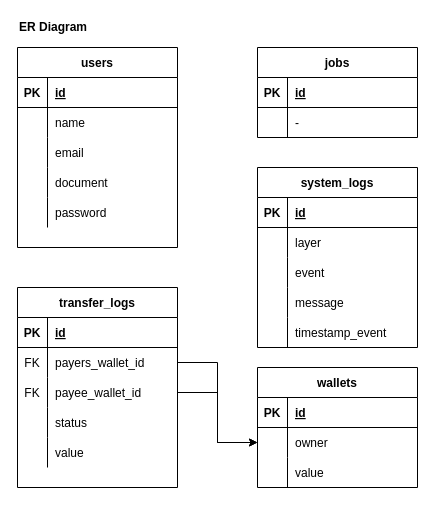
Before: page "ER Diagram" (4 of 4) of docs/diagrams.drawio in igorfelcam/papibaquigrafo, a draw.io diagram. Source tidied: cells renumbered, new cells numbered last; positions are measured from the earlier drawing's top-left corner, leaving out a move shared by most shapes. Both pictures are drawn from the tidied source at 100%, with x=0, y=0 at pixel (17, 17).
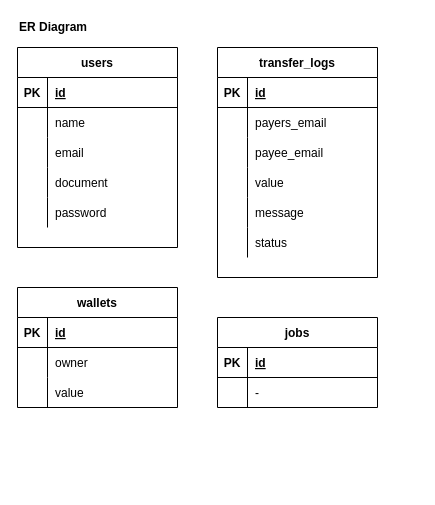
Above is the later version.

Unchanged cells that the change refers to:
```xml
<mxCell id="30" style="shape=partialRectangle;fillColor=none;top=0;left=0;bottom=0;right=0;points=[[0,0.5],[1,0.5]];portConstraint=eastwest;" parent="26" vertex="1">
  <mxGeometry y="60" width="160" height="30" as="geometry" />
</mxCell>
<mxCell id="56" style="shape=partialRectangle;fillColor=none;top=0;left=0;bottom=0;right=0;points=[[0,0.5],[1,0.5]];portConstraint=eastwest;" parent="52" vertex="1">
  <mxGeometry y="60" width="160" height="30" as="geometry" />
</mxCell>
<mxCell id="59" style="shape=partialRectangle;fillColor=none;top=0;left=0;bottom=0;right=0;points=[[0,0.5],[1,0.5]];portConstraint=eastwest;" parent="52" vertex="1">
  <mxGeometry y="90" width="160" height="30" as="geometry" />
</mxCell>
```

The edit, as a diff of the source:
```diff
@@
-    <mxCell id="19" value="jobs" style="shape=table;startSize=30;childLayout=tableLayout;rowLines=0;fontStyle=1;align=center;" parent="1" vertex="1">
-      <mxGeometry x="240" y="30" width="160" height="90" as="geometry" />
-    </mxCell>
-    <mxCell id="20" style="shape=partialRectangle;fillColor=none;top=0;left=0;bottom=1;right=0;" parent="19" vertex="1">
-      <mxGeometry y="30" width="160" height="30" as="geometry" />
-    </mxCell>
-    <mxCell id="21" value="PK" style="shape=partialRectangle;fillColor=none;top=0;left=0;bottom=0;right=0;fontStyle=1;overflow=hidden;" parent="20" vertex="1">
-      <mxGeometry width="30" height="30" as="geometry" />
-    </mxCell>
-    <mxCell id="22" value="id" style="shape=partialRectangle;fillColor=none;top=0;left=0;bottom=0;right=0;align=left;spacingLeft=6;fontStyle=5;overflow=hidden;" parent="20" vertex="1">
-      <mxGeometry x="30" width="130" height="30" as="geometry" />
-    </mxCell>
-    <mxCell id="23" style="shape=partialRectangle;fillColor=none;top=0;left=0;bottom=0;right=0;" parent="19" vertex="1">
-      <mxGeometry y="60" width="160" height="30" as="geometry" />
-    </mxCell>
-    <mxCell id="24" style="shape=partialRectangle;fillColor=none;top=0;left=0;bottom=0;right=0;overflow=hidden;" parent="23" vertex="1">
-      <mxGeometry width="30" height="30" as="geometry" />
-    </mxCell>
-    <mxCell id="25" value="-" style="shape=partialRectangle;fillColor=none;top=0;left=0;bottom=0;right=0;align=left;spacingLeft=6;overflow=hidden;" parent="23" vertex="1">
-      <mxGeometry x="30" width="130" height="30" as="geometry" />
-    </mxCell>
     <mxCell id="26" value="wallets" style="shape=table;startSize=30;childLayout=tableLayout;rowLines=0;fontStyle=1;align=center;" parent="1" vertex="1">
-      <mxGeometry x="240" y="350" width="160" height="120" as="geometry" />
+      <mxGeometry y="270" width="160" height="120" as="geometry" />
     </mxCell>
@@
-    <mxCell id="36" value="system_logs" style="shape=table;startSize=30;childLayout=tableLayout;rowLines=0;fontStyle=1;align=center;" parent="1" vertex="1">
-      <mxGeometry x="240" y="150" width="160" height="180" as="geometry" />
-    </mxCell>
-    <mxCell id="37" style="shape=partialRectangle;fillColor=none;top=0;left=0;bottom=1;right=0;" parent="36" vertex="1">
-      <mxGeometry y="30" width="160" height="30" as="geometry" />
-    </mxCell>
-    <mxCell id="38" value="PK" style="shape=partialRectangle;fillColor=none;top=0;left=0;bottom=0;right=0;fontStyle=1;overflow=hidden;" parent="37" vertex="1">
-      <mxGeometry width="30" height="30" as="geometry" />
-    </mxCell>
-    <mxCell id="39" value="id" style="shape=partialRectangle;fillColor=none;top=0;left=0;bottom=0;right=0;align=left;spacingLeft=6;fontStyle=5;overflow=hidden;" parent="37" vertex="1">
-      <mxGeometry x="30" width="130" height="30" as="geometry" />
-    </mxCell>
-    <mxCell id="40" style="shape=partialRectangle;fillColor=none;top=0;left=0;bottom=0;right=0;" parent="36" vertex="1">
-      <mxGeometry y="60" width="160" height="30" as="geometry" />
-    </mxCell>
-    <mxCell id="41" style="shape=partialRectangle;fillColor=none;top=0;left=0;bottom=0;right=0;overflow=hidden;" parent="40" vertex="1">
-      <mxGeometry width="30" height="30" as="geometry" />
-    </mxCell>
-    <mxCell id="42" value="layer" style="shape=partialRectangle;fillColor=none;top=0;left=0;bottom=0;right=0;align=left;spacingLeft=6;overflow=hidden;" parent="40" vertex="1">
-      <mxGeometry x="30" width="130" height="30" as="geometry" />
-    </mxCell>
-    <mxCell id="43" style="shape=partialRectangle;fillColor=none;top=0;left=0;bottom=0;right=0;" parent="36" vertex="1">
-      <mxGeometry y="90" width="160" height="30" as="geometry" />
-    </mxCell>
-    <mxCell id="44" style="shape=partialRectangle;fillColor=none;top=0;left=0;bottom=0;right=0;overflow=hidden;" parent="43" vertex="1">
-      <mxGeometry width="30" height="30" as="geometry" />
-    </mxCell>
-    <mxCell id="45" value="event" style="shape=partialRectangle;fillColor=none;top=0;left=0;bottom=0;right=0;align=left;spacingLeft=6;overflow=hidden;" parent="43" vertex="1">
-      <mxGeometry x="30" width="130" height="30" as="geometry" />
-    </mxCell>
-    <mxCell id="46" style="shape=partialRectangle;fillColor=none;top=0;left=0;bottom=0;right=0;" parent="36" vertex="1">
-      <mxGeometry y="120" width="160" height="30" as="geometry" />
-    </mxCell>
-    <mxCell id="47" style="shape=partialRectangle;fillColor=none;top=0;left=0;bottom=0;right=0;overflow=hidden;" parent="46" vertex="1">
-      <mxGeometry width="30" height="30" as="geometry" />
-    </mxCell>
-    <mxCell id="48" value="message" style="shape=partialRectangle;fillColor=none;top=0;left=0;bottom=0;right=0;align=left;spacingLeft=6;overflow=hidden;" parent="46" vertex="1">
-      <mxGeometry x="30" width="130" height="30" as="geometry" />
-    </mxCell>
-    <mxCell id="49" style="shape=partialRectangle;fillColor=none;top=0;left=0;bottom=0;right=0;" parent="36" vertex="1">
-      <mxGeometry y="150" width="160" height="30" as="geometry" />
-    </mxCell>
-    <mxCell id="50" style="shape=partialRectangle;fillColor=none;top=0;left=0;bottom=0;right=0;overflow=hidden;" parent="49" vertex="1">
-      <mxGeometry width="30" height="30" as="geometry" />
-    </mxCell>
-    <mxCell id="51" value="timestamp_event" style="shape=partialRectangle;fillColor=none;top=0;left=0;bottom=0;right=0;align=left;spacingLeft=6;overflow=hidden;" parent="49" vertex="1">
-      <mxGeometry x="30" width="130" height="30" as="geometry" />
-    </mxCell>
     <mxCell id="52" value="transfer_logs" style="shape=table;startSize=30;childLayout=tableLayout;rowLines=0;fontStyle=1;align=center;" parent="1" vertex="1">
-      <mxGeometry y="270" width="160" height="200" as="geometry" />
+      <mxGeometry x="200" y="30" width="160" height="230" as="geometry" />
     </mxCell>
@@
-    <mxCell id="57" value="FK" style="shape=partialRectangle;fillColor=none;top=0;left=0;bottom=0;right=0;fontStyle=0;overflow=hidden;" parent="56" vertex="1">
+    <mxCell id="57" style="shape=partialRectangle;fillColor=none;top=0;left=0;bottom=0;right=0;fontStyle=0;overflow=hidden;" parent="56" vertex="1">
       <mxGeometry width="30" height="30" as="geometry" />
     </mxCell>
-    <mxCell id="58" value="payers_wallet_id" style="shape=partialRectangle;fillColor=none;top=0;left=0;bottom=0;right=0;align=left;spacingLeft=6;fontStyle=0;overflow=hidden;" parent="56" vertex="1">
+    <mxCell id="58" value="payers_email" style="shape=partialRectangle;fillColor=none;top=0;left=0;bottom=0;right=0;align=left;spacingLeft=6;fontStyle=0;overflow=hidden;" parent="56" vertex="1">
       <mxGeometry x="30" width="130" height="30" as="geometry" />
     </mxCell>
@@
-    <mxCell id="60" value="FK" style="shape=partialRectangle;fillColor=none;top=0;left=0;bottom=0;right=0;fontStyle=0;overflow=hidden;" parent="59" vertex="1">
+    <mxCell id="60" style="shape=partialRectangle;fillColor=none;top=0;left=0;bottom=0;right=0;fontStyle=0;overflow=hidden;" parent="59" vertex="1">
       <mxGeometry width="30" height="30" as="geometry" />
     </mxCell>
-    <mxCell id="61" value="payee_wallet_id" style="shape=partialRectangle;fillColor=none;top=0;left=0;bottom=0;right=0;align=left;spacingLeft=6;fontStyle=0;overflow=hidden;" parent="59" vertex="1">
+    <mxCell id="61" value="payee_email" style="shape=partialRectangle;fillColor=none;top=0;left=0;bottom=0;right=0;align=left;spacingLeft=6;fontStyle=0;overflow=hidden;" parent="59" vertex="1">
       <mxGeometry x="30" width="130" height="30" as="geometry" />
     </mxCell>
+    <mxCell id="65" style="shape=partialRectangle;fillColor=none;top=0;left=0;bottom=0;right=0;" parent="52" vertex="1">
+      <mxGeometry y="120" width="160" height="30" as="geometry" />
+    </mxCell>
+    <mxCell id="66" style="shape=partialRectangle;fillColor=none;top=0;left=0;bottom=0;right=0;overflow=hidden;" parent="65" vertex="1">
+      <mxGeometry width="30" height="30" as="geometry" />
+    </mxCell>
+    <mxCell id="67" value="value" style="shape=partialRectangle;fillColor=none;top=0;left=0;bottom=0;right=0;align=left;spacingLeft=6;overflow=hidden;" parent="65" vertex="1">
+      <mxGeometry x="30" width="130" height="30" as="geometry" />
+    </mxCell>
     <mxCell id="62" style="shape=partialRectangle;fillColor=none;top=0;left=0;bottom=0;right=0;" parent="52" vertex="1">
-      <mxGeometry y="120" width="160" height="30" as="geometry" />
+      <mxGeometry y="150" width="160" height="30" as="geometry" />
     </mxCell>
@@
-    <mxCell id="64" value="status" style="shape=partialRectangle;fillColor=none;top=0;left=0;bottom=0;right=0;align=left;spacingLeft=6;overflow=hidden;" parent="62" vertex="1">
+    <mxCell id="64" value="message" style="shape=partialRectangle;fillColor=none;top=0;left=0;bottom=0;right=0;align=left;spacingLeft=6;overflow=hidden;" parent="62" vertex="1">
       <mxGeometry x="30" width="130" height="30" as="geometry" />
     </mxCell>
-    <mxCell id="65" style="shape=partialRectangle;fillColor=none;top=0;left=0;bottom=0;right=0;" parent="52" vertex="1">
-      <mxGeometry y="150" width="160" height="30" as="geometry" />
-    </mxCell>
-    <mxCell id="66" style="shape=partialRectangle;fillColor=none;top=0;left=0;bottom=0;right=0;overflow=hidden;" parent="65" vertex="1">
-      <mxGeometry width="30" height="30" as="geometry" />
-    </mxCell>
-    <mxCell id="67" value="value" style="shape=partialRectangle;fillColor=none;top=0;left=0;bottom=0;right=0;align=left;spacingLeft=6;overflow=hidden;" parent="65" vertex="1">
-      <mxGeometry x="30" width="130" height="30" as="geometry" />
-    </mxCell>
-    <mxCell id="68" style="edgeStyle=orthogonalEdgeStyle;rounded=0;jettySize=auto;html=1;exitX=1;exitY=0.5;exitDx=0;exitDy=0;entryX=0;entryY=0.5;entryDx=0;entryDy=0;" parent="1" edge="1" source="56" target="30">
-      <mxGeometry relative="1" as="geometry" />
-    </mxCell>
-    <mxCell id="69" style="edgeStyle=orthogonalEdgeStyle;rounded=0;jettySize=auto;html=1;exitX=1;exitY=0.5;exitDx=0;exitDy=0;entryX=0;entryY=0.5;entryDx=0;entryDy=0;" parent="1" edge="1" source="59" target="30">
-      <mxGeometry relative="1" as="geometry" />
-    </mxCell>
+    <mxCell id="70" style="shape=partialRectangle;fillColor=none;top=0;left=0;bottom=0;right=0;" parent="52" vertex="1">
+      <mxGeometry y="180" width="160" height="30" as="geometry" />
+    </mxCell>
+    <mxCell id="71" style="shape=partialRectangle;fillColor=none;top=0;left=0;bottom=0;right=0;overflow=hidden;" parent="70" vertex="1">
+      <mxGeometry width="30" height="30" as="geometry" />
+    </mxCell>
+    <mxCell id="72" value="status" style="shape=partialRectangle;fillColor=none;top=0;left=0;bottom=0;right=0;align=left;spacingLeft=6;overflow=hidden;" parent="70" vertex="1">
+      <mxGeometry x="30" width="130" height="30" as="geometry" />
+    </mxCell>
+    <mxCell id="19" value="jobs" style="shape=table;startSize=30;childLayout=tableLayout;rowLines=0;fontStyle=1;align=center;" parent="1" vertex="1">
+      <mxGeometry x="200" y="300" width="160" height="90" as="geometry" />
+    </mxCell>
+    <mxCell id="20" style="shape=partialRectangle;fillColor=none;top=0;left=0;bottom=1;right=0;" parent="19" vertex="1">
+      <mxGeometry y="30" width="160" height="30" as="geometry" />
+    </mxCell>
+    <mxCell id="21" value="PK" style="shape=partialRectangle;fillColor=none;top=0;left=0;bottom=0;right=0;fontStyle=1;overflow=hidden;" parent="20" vertex="1">
+      <mxGeometry width="30" height="30" as="geometry" />
+    </mxCell>
+    <mxCell id="22" value="id" style="shape=partialRectangle;fillColor=none;top=0;left=0;bottom=0;right=0;align=left;spacingLeft=6;fontStyle=5;overflow=hidden;" parent="20" vertex="1">
+      <mxGeometry x="30" width="130" height="30" as="geometry" />
+    </mxCell>
+    <mxCell id="23" style="shape=partialRectangle;fillColor=none;top=0;left=0;bottom=0;right=0;" parent="19" vertex="1">
+      <mxGeometry y="60" width="160" height="30" as="geometry" />
+    </mxCell>
+    <mxCell id="24" style="shape=partialRectangle;fillColor=none;top=0;left=0;bottom=0;right=0;overflow=hidden;" parent="23" vertex="1">
+      <mxGeometry width="30" height="30" as="geometry" />
+    </mxCell>
+    <mxCell id="25" value="-" style="shape=partialRectangle;fillColor=none;top=0;left=0;bottom=0;right=0;align=left;spacingLeft=6;overflow=hidden;" parent="23" vertex="1">
+      <mxGeometry x="30" width="130" height="30" as="geometry" />
+    </mxCell>
```
